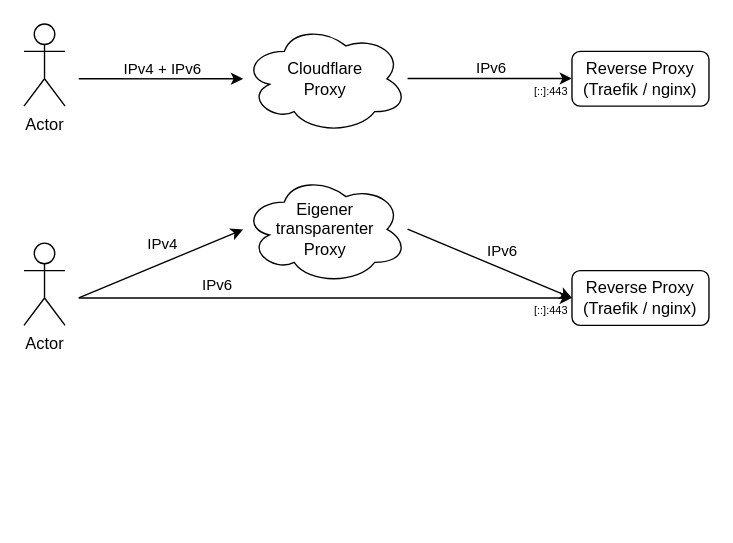
This is docs/img/schaubild_cloudflare-vs-transparent-proxy.drawio from felbinger/AdminGuide, a draw.io file, before an edit. Source tidied: cells renumbered, new cells numbered last; positions are measured from the earlier drawing's top-left corner, leaving out a move shared by most shapes. Both pictures are drawn from the tidied source at 137%, with x=0, y=0 at pixel (23, 23).
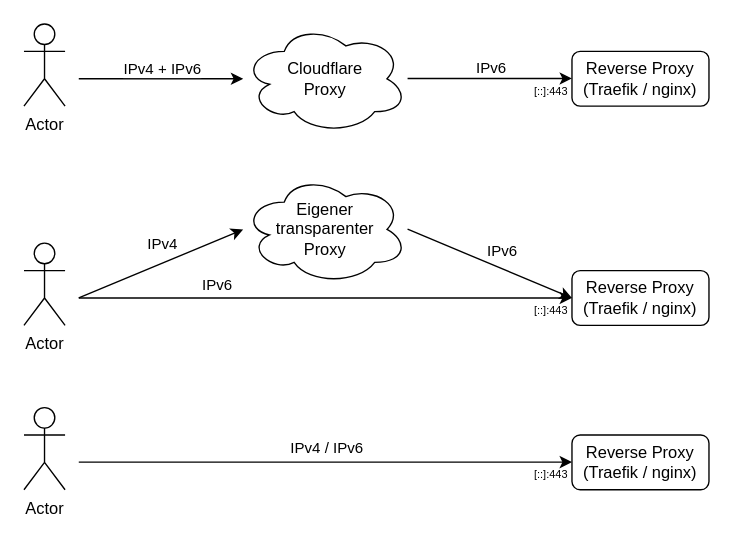
After the change.

What changed in the source:
```diff
@@
+    <mxCell id="20" value="Actor" style="shape=umlActor;verticalLabelPosition=bottom;verticalAlign=top;html=1;" parent="1" vertex="1">
+      <mxGeometry y="280" width="30" height="60" as="geometry" />
+    </mxCell>
+    <mxCell id="21" value="Reverse Proxy&lt;br&gt;(Traefik / nginx)" style="rounded=1;whiteSpace=wrap;html=1;" parent="1" vertex="1">
+      <mxGeometry x="400" y="300" width="100" height="40" as="geometry" />
+    </mxCell>
+    <mxCell id="22" style="endArrow=classic;html=1;rounded=0;" parent="1" edge="1">
+      <mxGeometry relative="1" as="geometry">
+        <mxPoint x="40" y="319.8" as="sourcePoint" />
+        <mxPoint x="400" y="319.8" as="targetPoint" />
+      </mxGeometry>
+    </mxCell>
+    <mxCell id="23" value="IPv4 / IPv6" style="edgeLabel;html=1;align=center;verticalAlign=middle;" parent="22" vertex="1">
+      <mxGeometry x="0.27" y="1" relative="1" as="geometry">
+        <mxPoint x="-49" y="-9" as="offset" />
+      </mxGeometry>
+    </mxCell>
+    <mxCell id="24" value="&lt;font style=&quot;font-size: 8px;&quot;&gt;[::]:443&lt;/font&gt;" style="text;html=1;strokeColor=none;fillColor=none;align=center;verticalAlign=middle;whiteSpace=wrap;rounded=0;" parent="1" vertex="1">
+      <mxGeometry x="370" y="323" width="30" height="10" as="geometry" />
+    </mxCell>
```
